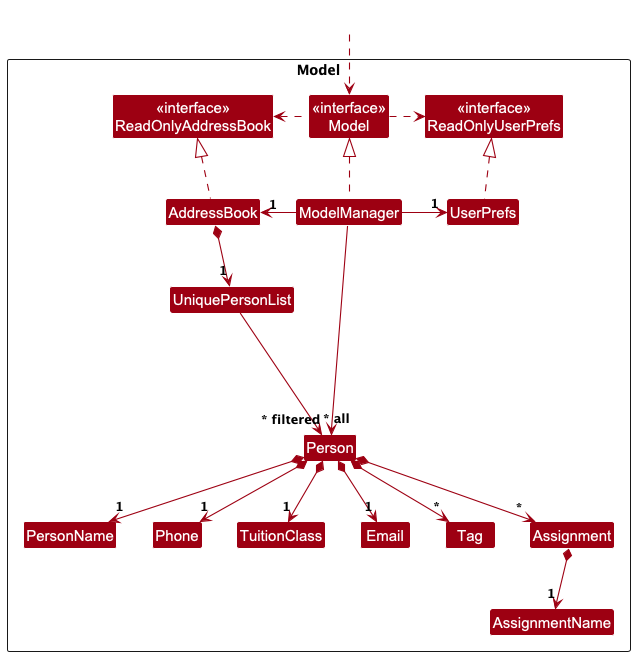
Before: docs/images/ModelClassDiagram.png, a diagram exported from PlantUML (AY2526S1-CS2103T-W14-1/tp).
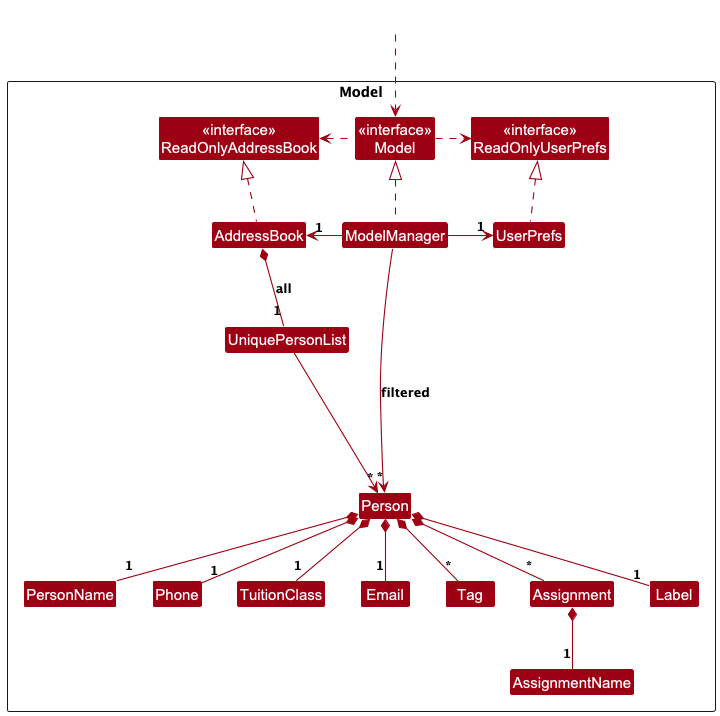
After the commit.

What changed in the source:
```diff
@@ -4,32 +4,30 @@
 skinparam arrowColor MODEL_COLOR
 skinparam classBackgroundColor MODEL_COLOR
 
-Package Model as ModelPackage <<Rectangle>>{
-Class "<<interface>>\nReadOnlyAddressBook" as ReadOnlyAddressBook
-Class "<<interface>>\nReadOnlyUserPrefs" as ReadOnlyUserPrefs
-Class "<<interface>>\nModel" as Model
-Class AddressBook
-Class ModelManager
-Class UserPrefs
-
-Class UniquePersonList
-Class Person
-Class TuitionClass
-Class Email
-Class PersonName
-Class Phone
-Class Tag
-Class Assignment
-Class AssignmentName
-
-Class I #FFFFFF
+Package Model as ModelPackage <<Rectangle>> {
+  Class "<<interface>>\nReadOnlyAddressBook" as ReadOnlyAddressBook
+  Class "<<interface>>\nReadOnlyUserPrefs" as ReadOnlyUserPrefs
+  Class "<<interface>>\nModel" as Model
+  Class AddressBook
+  Class ModelManager
+  Class UserPrefs
+  Class UniquePersonList
+  Class Person
+  Class TuitionClass
+  Class Email
+  Class PersonName
+  Class Phone
+  Class Tag
+  Class Assignment
+  Class AssignmentName
+  Class I #FFFFFF
+  Class Label
 }
 
 Class HiddenOutside #FFFFFF
 HiddenOutside ..> Model
 
 AddressBook .up.|> ReadOnlyAddressBook
-
 ModelManager .up.|> Model
 Model .right.> ReadOnlyUserPrefs
 Model .left.> ReadOnlyAddressBook
@@ -37,22 +35,22 @@
 ModelManager -right-> "1" UserPrefs
 UserPrefs .up.|> ReadOnlyUserPrefs
 
-AddressBook *--> "1" UniquePersonList
-UniquePersonList --> "~* all" Person
-Person *--> "1" PersonName
-Person *--> "1" Phone
-Person *--> "1" Email
-Person *--> "1" TuitionClass
-Person *--> "*" Tag
-Person *--> "*" Assignment
-Assignment *--> "1" AssignmentName
+AddressBook *-- "1" UniquePersonList : all
+UniquePersonList --> "*" Person
+Person *-- "1" PersonName
+Person *-- "1" Phone
+Person *-- "1" Email
+Person *-- "1" TuitionClass
+Person *-- "*" Tag
+Person *-- "*" Assignment
+Person *-- "1" Label
+Assignment *-- "1" AssignmentName
+
+ModelManager --> "*" Person : filtered
 
 Person -[hidden]up--> I
 UniquePersonList -[hidden]right-> I
-
 PersonName -[hidden]right-> Phone
 Phone -[hidden]right-> TuitionClass
 TuitionClass -[hidden]right-> Email
-
-ModelManager --> "~* filtered" Person
 @enduml
```
